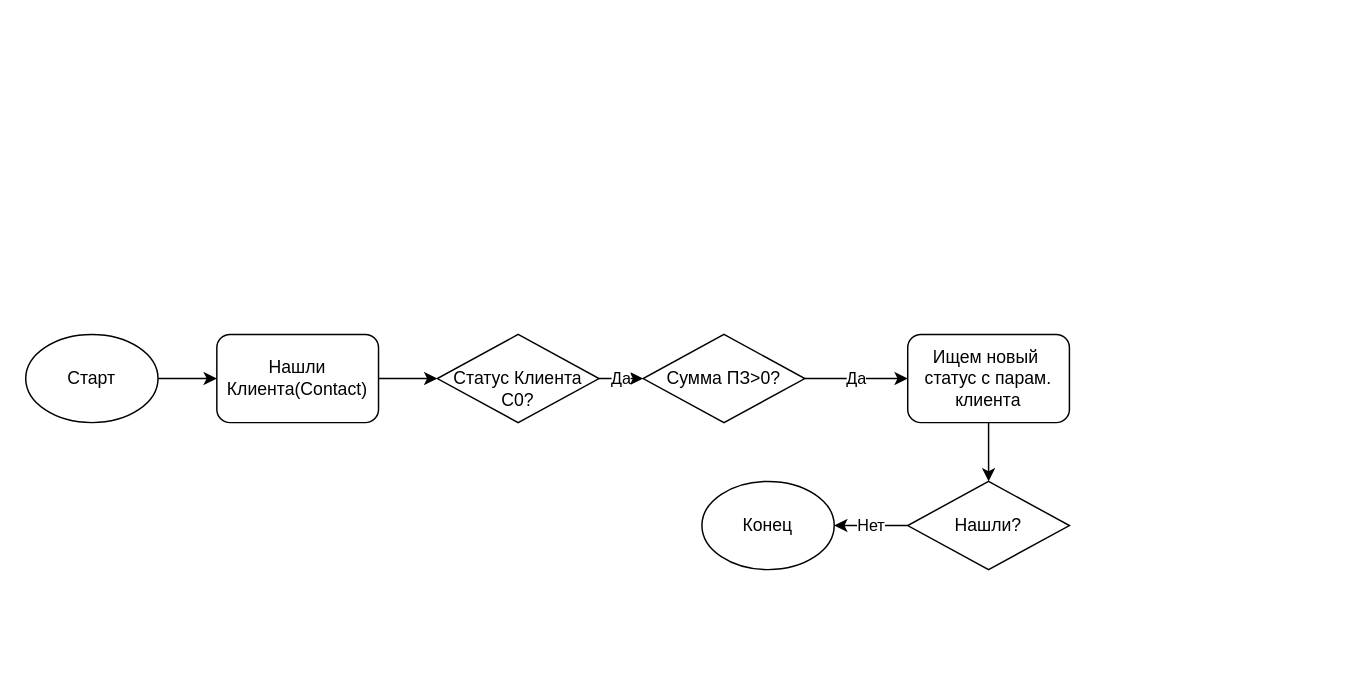
Above: UpdateStatus.drawio in YoungValeraKarpin/newbie (draw.io), before the change. Source tidied: cells renumbered, new cells numbered last; positions are measured from the earlier drawing's top-left corner, leaving out a move shared by most shapes. Both pictures are drawn from the tidied source at 147%, with x=0, y=0 at pixel (25, 334).
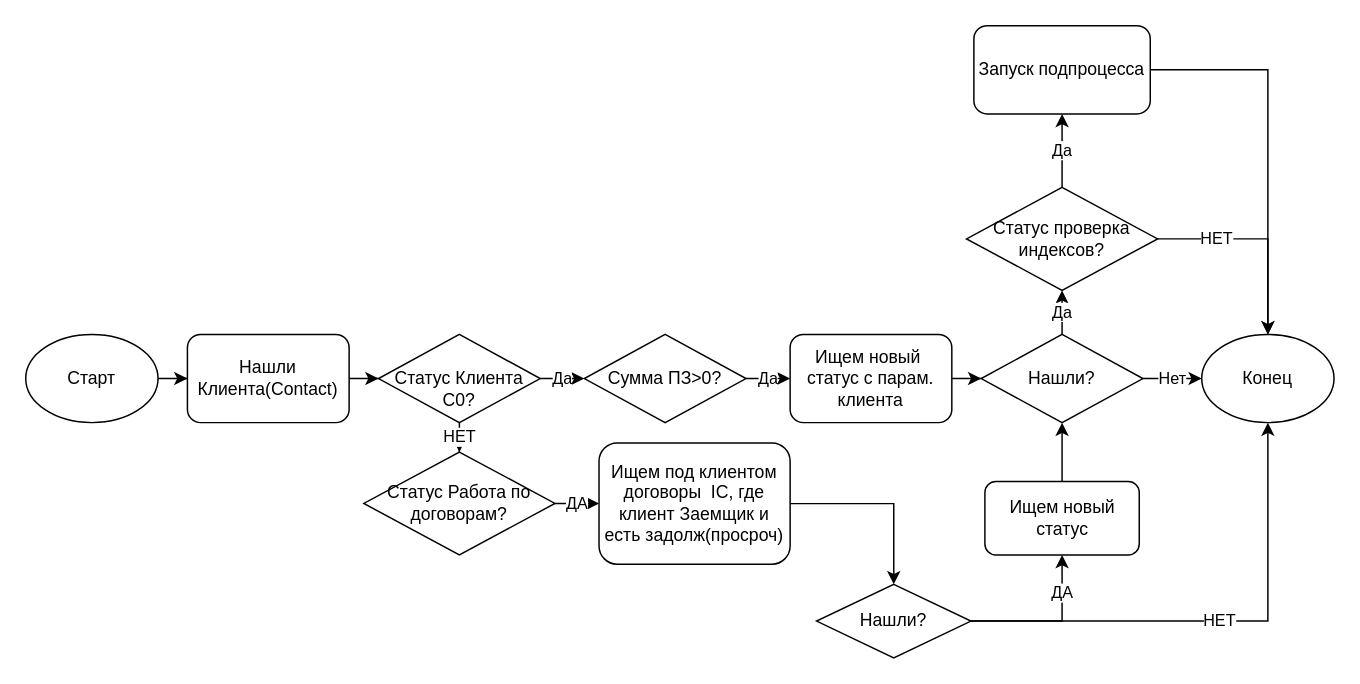
The same page after the edit.

What changed in the source:
```diff
@@
     <mxCell id="3" value="Нашли Клиента(Contact)" style="rounded=1;whiteSpace=wrap;html=1;" parent="1" vertex="1">
-      <mxGeometry x="130" width="110" height="60" as="geometry" />
+      <mxGeometry x="110" width="110" height="60" as="geometry" />
     </mxCell>
@@
+    <mxCell id="15" value="НЕТ" style="edgeStyle=orthogonalEdgeStyle;rounded=0;jettySize=auto;html=1;" parent="1" edge="1" source="5" target="18">
+      <mxGeometry relative="1" as="geometry" />
+    </mxCell>
     <mxCell id="5" value="&lt;br&gt;Статус Клиента C0?" style="rhombus;whiteSpace=wrap;html=1;" parent="1" vertex="1">
-      <mxGeometry x="280" width="110" height="60" as="geometry" />
+      <mxGeometry x="240" width="110" height="60" as="geometry" />
     </mxCell>
@@
     <mxCell id="7" value="Сумма ПЗ&amp;gt;0?" style="rhombus;whiteSpace=wrap;html=1;" parent="1" vertex="1">
-      <mxGeometry x="420" width="110" height="60" as="geometry" />
+      <mxGeometry x="380" width="110" height="60" as="geometry" />
     </mxCell>
@@
     <mxCell id="9" value="Ищем новый&amp;nbsp;&lt;br&gt;статус с парам.&lt;br&gt;клиента" style="rounded=1;whiteSpace=wrap;html=1;" parent="1" vertex="1">
-      <mxGeometry x="600" width="110" height="60" as="geometry" />
+      <mxGeometry x="520" width="110" height="60" as="geometry" />
     </mxCell>
@@
+    <mxCell id="16" value="Да" style="edgeStyle=orthogonalEdgeStyle;rounded=0;jettySize=auto;html=1;" parent="1" edge="1" source="11" target="28">
+      <mxGeometry relative="1" as="geometry" />
+    </mxCell>
     <mxCell id="11" value="Нашли?" style="rhombus;whiteSpace=wrap;html=1;" parent="1" vertex="1">
-      <mxGeometry x="600" y="100" width="110" height="60" as="geometry" />
+      <mxGeometry x="650" width="110" height="60" as="geometry" />
     </mxCell>
     <mxCell id="12" value="Конец" style="ellipse;whiteSpace=wrap;html=1;" parent="1" vertex="1">
-      <mxGeometry x="460" y="100" width="90" height="60" as="geometry" />
+      <mxGeometry x="800" width="90" height="60" as="geometry" />
     </mxCell>
@@
+    <mxCell id="17" value="ДА" style="edgeStyle=orthogonalEdgeStyle;rounded=0;jettySize=auto;html=1;" parent="1" edge="1" source="18" target="20">
+      <mxGeometry relative="1" as="geometry" />
+    </mxCell>
+    <mxCell id="18" value="Статус Работа по договорам?" style="rhombus;whiteSpace=wrap;html=1;" parent="1" vertex="1">
+      <mxGeometry x="230" y="80" width="130" height="70" as="geometry" />
+    </mxCell>
+    <mxCell id="19" style="edgeStyle=orthogonalEdgeStyle;rounded=0;jettySize=auto;html=1;" parent="1" edge="1" source="20" target="23">
+      <mxGeometry relative="1" as="geometry" />
+    </mxCell>
+    <mxCell id="20" value="Ищем под клиентом договоры&amp;nbsp; IC, где клиент Заемщик и есть задолж(просроч)" style="rounded=1;whiteSpace=wrap;html=1;" parent="1" vertex="1">
+      <mxGeometry x="390" y="73.8" width="130" height="82.5" as="geometry" />
+    </mxCell>
+    <mxCell id="21" value="НЕТ&lt;br&gt;" style="edgeStyle=orthogonalEdgeStyle;rounded=0;jettySize=auto;html=1;" parent="1" edge="1" source="23" target="12">
+      <mxGeometry relative="1" as="geometry" />
+    </mxCell>
+    <mxCell id="22" value="ДА" style="edgeStyle=orthogonalEdgeStyle;rounded=0;jettySize=auto;html=1;entryX=0.5;entryY=1;entryDx=0;entryDy=0;" parent="1" edge="1" source="23" target="25">
+      <mxGeometry x="0.51" relative="1" as="geometry" />
+    </mxCell>
+    <mxCell id="23" value="Нашли?" style="rhombus;whiteSpace=wrap;html=1;" parent="1" vertex="1">
+      <mxGeometry x="538" y="170" width="105" height="50" as="geometry" />
+    </mxCell>
+    <mxCell id="24" style="edgeStyle=orthogonalEdgeStyle;rounded=0;jettySize=auto;html=1;" parent="1" edge="1" source="25" target="11">
+      <mxGeometry relative="1" as="geometry" />
+    </mxCell>
+    <mxCell id="25" value="Ищем новый статус" style="rounded=1;whiteSpace=wrap;html=1;" parent="1" vertex="1">
+      <mxGeometry x="652.5" y="100" width="105" height="50" as="geometry" />
+    </mxCell>
+    <mxCell id="26" value="Да" style="edgeStyle=orthogonalEdgeStyle;rounded=0;jettySize=auto;html=1;" parent="1" edge="1" source="28" target="30">
+      <mxGeometry relative="1" as="geometry" />
+    </mxCell>
+    <mxCell id="27" value="НЕТ" style="edgeStyle=orthogonalEdgeStyle;rounded=0;jettySize=auto;html=1;" parent="1" edge="1" source="28" target="12">
+      <mxGeometry x="-0.43" relative="1" as="geometry" />
+    </mxCell>
+    <mxCell id="28" value="Статус проверка индексов?" style="rhombus;whiteSpace=wrap;html=1;" parent="1" vertex="1">
+      <mxGeometry x="640" y="-100" width="130" height="70" as="geometry" />
+    </mxCell>
+    <mxCell id="29" style="edgeStyle=orthogonalEdgeStyle;rounded=0;jettySize=auto;html=1;" parent="1" edge="1" source="30" target="12">
+      <mxGeometry relative="1" as="geometry" />
+    </mxCell>
+    <mxCell id="30" value="Запуск подпроцесса" style="rounded=1;whiteSpace=wrap;html=1;" parent="1" vertex="1">
+      <mxGeometry x="645" y="-210" width="120" height="60" as="geometry" />
+    </mxCell>
```
